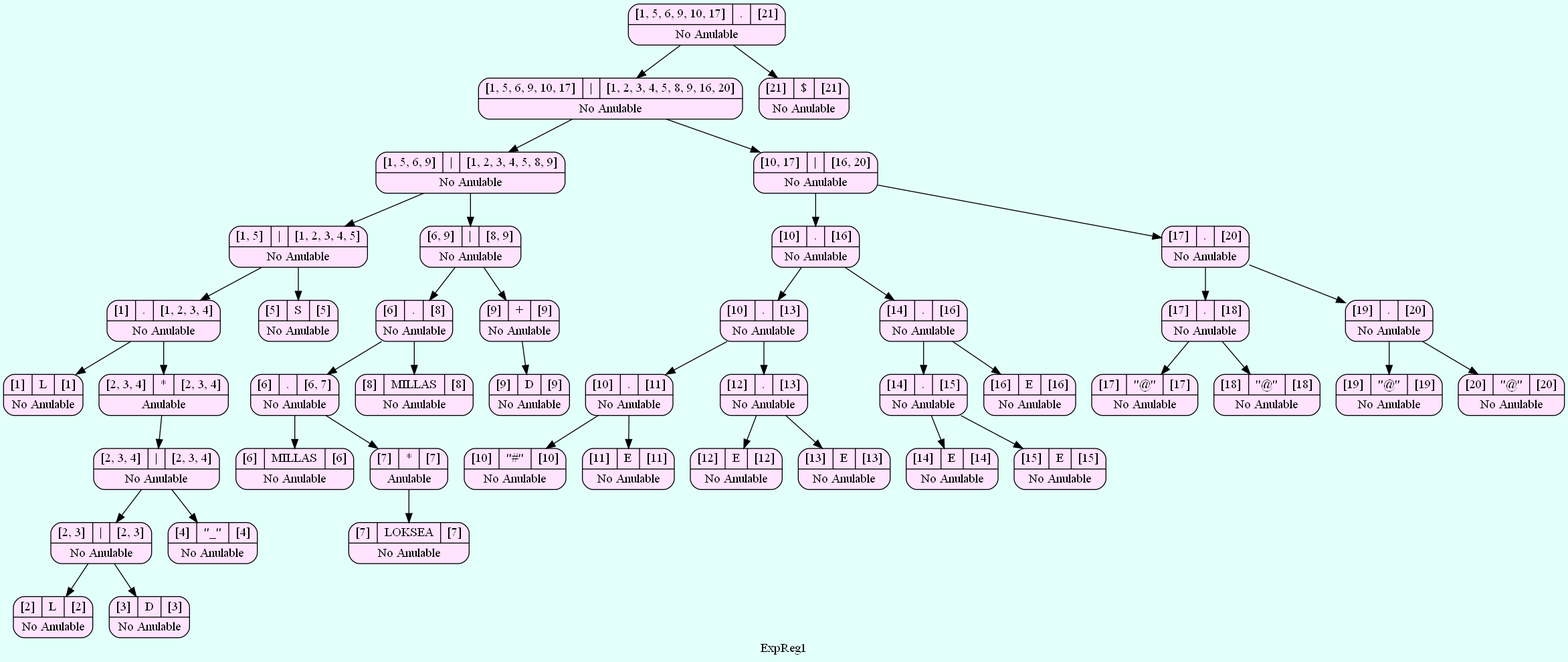
The Graphviz diagram ARBOLES_202000119/Arbol_ExpReg1.png in SergieArizandieta/OLC1-P1-202000119, before a commit. Its source is kept beside it as ARBOLES_202000119/Arbol_ExpReg1.dot.
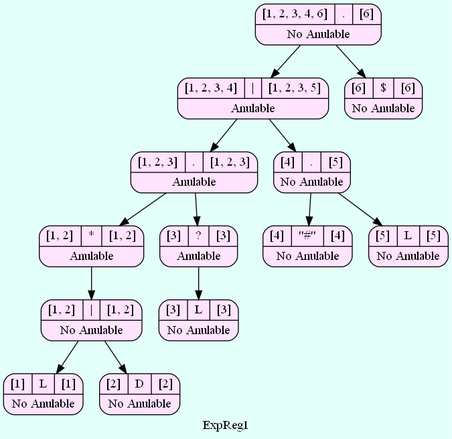
Later version of the same file.

The edit, as a diff of the source:
```diff
@@ -2,92 +2,30 @@
   bgcolor = "#E3FFFA"
    node [shape=Mrecord fillcolor="#FFE3FF" style =filled];
 label ="ExpReg1"
-    struct1848203671    [label="{{[1, 5, 6, 9, 10, 17]|<here>.|[21]}|No Anulable}"];
-    struct1848203671-> struct1250863867
-    struct1250863867    [label="{{[1, 5, 6, 9, 10, 17]|<here>\||[1, 2, 3, 4, 5, 8, 9, 16, 20]}|No Anulable}"];
-    struct1250863867-> struct1651133630
-    struct1651133630    [label="{{[1, 5, 6, 9]|<here>\||[1, 2, 3, 4, 5, 8, 9]}|No Anulable}"];
-    struct1651133630-> struct1860400788
-    struct1860400788    [label="{{[1, 5]|<here>\||[1, 2, 3, 4, 5]}|No Anulable}"];
-    struct1860400788-> struct1252159294
-    struct1252159294    [label="{{[1]|<here>.|[1, 2, 3, 4]}|No Anulable}"];
-    struct1252159294-> struct1975832035
-    struct1975832035    [label="{{[1]|<here>L|[1]}|No Anulable}"];
-    struct1252159294-> struct1174102105
-    struct1174102105    [label="{{[2, 3, 4]|<here>*|[2, 3, 4]}|Anulable}"];
-    struct1174102105-> struct811202980
-    struct811202980    [label="{{[2, 3, 4]|<here>\||[2, 3, 4]}|No Anulable}"];
-    struct811202980-> struct1776007950
-    struct1776007950    [label="{{[2, 3]|<here>\||[2, 3]}|No Anulable}"];
-    struct1776007950-> struct983812099
-    struct983812099    [label="{{[2]|<here>L|[2]}|No Anulable}"];
-    struct1776007950-> struct608472742
-    struct608472742    [label="{{[3]|<here>D|[3]}|No Anulable}"];
-    struct811202980-> struct1529861971
-    struct1529861971    [label="{{[4]|<here>\"_\"|[4]}|No Anulable}"];
-    struct1860400788-> struct1872237811
-    struct1872237811    [label="{{[5]|<here>S|[5]}|No Anulable}"];
-    struct1651133630-> struct1272920787
-    struct1272920787    [label="{{[6, 9]|<here>\||[8, 9]}|No Anulable}"];
-    struct1272920787-> struct1265548464
-    struct1265548464    [label="{{[6]|<here>.|[8]}|No Anulable}"];
-    struct1265548464-> struct1860075457
-    struct1860075457    [label="{{[6]|<here>.|[6, 7]}|No Anulable}"];
-    struct1860075457-> struct1104073061
-    struct1104073061    [label="{{[6]|<here>MILLAS|[6]}|No Anulable}"];
-    struct1860075457-> struct1937072685
-    struct1937072685    [label="{{[7]|<here>*|[7]}|Anulable}"];
-    struct1937072685-> struct1296096207
-    struct1296096207    [label="{{[7]|<here>LOKSEA|[7]}|No Anulable}"];
-    struct1265548464-> struct1350407633
-    struct1350407633    [label="{{[8]|<here>MILLAS|[8]}|No Anulable}"];
-    struct1272920787-> struct1737438018
-    struct1737438018    [label="{{[9]|<here>+|[9]}|No Anulable}"];
-    struct1737438018-> struct1060327828
-    struct1060327828    [label="{{[9]|<here>D|[9]}|No Anulable}"];
-    struct1250863867-> struct1952873246
-    struct1952873246    [label="{{[10, 17]|<here>\||[16, 20]}|No Anulable}"];
-    struct1952873246-> struct1216985950
-    struct1216985950    [label="{{[10]|<here>.|[16]}|No Anulable}"];
-    struct1216985950-> struct1451394094
-    struct1451394094    [label="{{[10]|<here>.|[13]}|No Anulable}"];
-    struct1451394094-> struct1931002011
-    struct1931002011    [label="{{[10]|<here>.|[11]}|No Anulable}"];
-    struct1931002011-> struct887225197
-    struct887225197    [label="{{[10]|<here>\"#\"|[10]}|No Anulable}"];
-    struct1931002011-> struct834135524
-    struct834135524    [label="{{[11]|<here>E|[11]}|No Anulable}"];
-    struct1451394094-> struct1935062024
-    struct1935062024    [label="{{[12]|<here>.|[13]}|No Anulable}"];
-    struct1935062024-> struct1191165665
-    struct1191165665    [label="{{[12]|<here>E|[12]}|No Anulable}"];
-    struct1935062024-> struct2113802176
-    struct2113802176    [label="{{[13]|<here>E|[13]}|No Anulable}"];
-    struct1216985950-> struct1944603998
-    struct1944603998    [label="{{[14]|<here>.|[16]}|No Anulable}"];
-    struct1944603998-> struct903365087
-    struct903365087    [label="{{[14]|<here>.|[15]}|No Anulable}"];
-    struct903365087-> struct250341683
-    struct250341683    [label="{{[14]|<here>E|[14]}|No Anulable}"];
-    struct903365087-> struct57046817
-    struct57046817    [label="{{[15]|<here>E|[15]}|No Anulable}"];
-    struct1944603998-> struct852842670
-    struct852842670    [label="{{[16]|<here>E|[16]}|No Anulable}"];
-    struct1952873246-> struct1165238674
-    struct1165238674    [label="{{[17]|<here>.|[20]}|No Anulable}"];
-    struct1165238674-> struct336063102
-    struct336063102    [label="{{[17]|<here>.|[18]}|No Anulable}"];
-    struct336063102-> struct610814112
-    struct610814112    [label="{{[17]|<here>\"@\"|[17]}|No Anulable}"];
-    struct336063102-> struct1012950187
-    struct1012950187    [label="{{[18]|<here>\"@\"|[18]}|No Anulable}"];
-    struct1165238674-> struct1484569092
-    struct1484569092    [label="{{[19]|<here>.|[20]}|No Anulable}"];
-    struct1484569092-> struct1929637743
-    struct1929637743    [label="{{[19]|<here>\"@\"|[19]}|No Anulable}"];
-    struct1484569092-> struct365466855
-    struct365466855    [label="{{[20]|<here>\"@\"|[20]}|No Anulable}"];
-    struct1848203671-> struct707981257
-    struct707981257    [label="{{[21]|<here>$|[21]}|No Anulable}"];
+    struct147549442    [label="{{[1, 2, 3, 4, 6]|<here>.|[6]}|No Anulable}"];
+    struct147549442-> struct2016757567
+    struct2016757567    [label="{{[1, 2, 3, 4]|<here>\||[1, 2, 3, 5]}|Anulable}"];
+    struct2016757567-> struct1268545783
+    struct1268545783    [label="{{[1, 2, 3]|<here>.|[1, 2, 3]}|Anulable}"];
+    struct1268545783-> struct1584119305
+    struct1584119305    [label="{{[1, 2]|<here>*|[1, 2]}|Anulable}"];
+    struct1584119305-> struct219900859
+    struct219900859    [label="{{[1, 2]|<here>\||[1, 2]}|No Anulable}"];
+    struct219900859-> struct1606797720
+    struct1606797720    [label="{{[1]|<here>L|[1]}|No Anulable}"];
+    struct219900859-> struct2000050519
+    struct2000050519    [label="{{[2]|<here>D|[2]}|No Anulable}"];
+    struct1268545783-> struct1957571150
+    struct1957571150    [label="{{[3]|<here>?|[3]}|Anulable}"];
+    struct1957571150-> struct582926803
+    struct582926803    [label="{{[3]|<here>L|[3]}|No Anulable}"];
+    struct2016757567-> struct1397118229
+    struct1397118229    [label="{{[4]|<here>.|[5]}|No Anulable}"];
+    struct1397118229-> struct385831627
+    struct385831627    [label="{{[4]|<here>\"#\"|[4]}|No Anulable}"];
+    struct1397118229-> struct327607808
+    struct327607808    [label="{{[5]|<here>L|[5]}|No Anulable}"];
+    struct147549442-> struct1197608442
+    struct1197608442    [label="{{[6]|<here>$|[6]}|No Anulable}"];
 
 }
```
